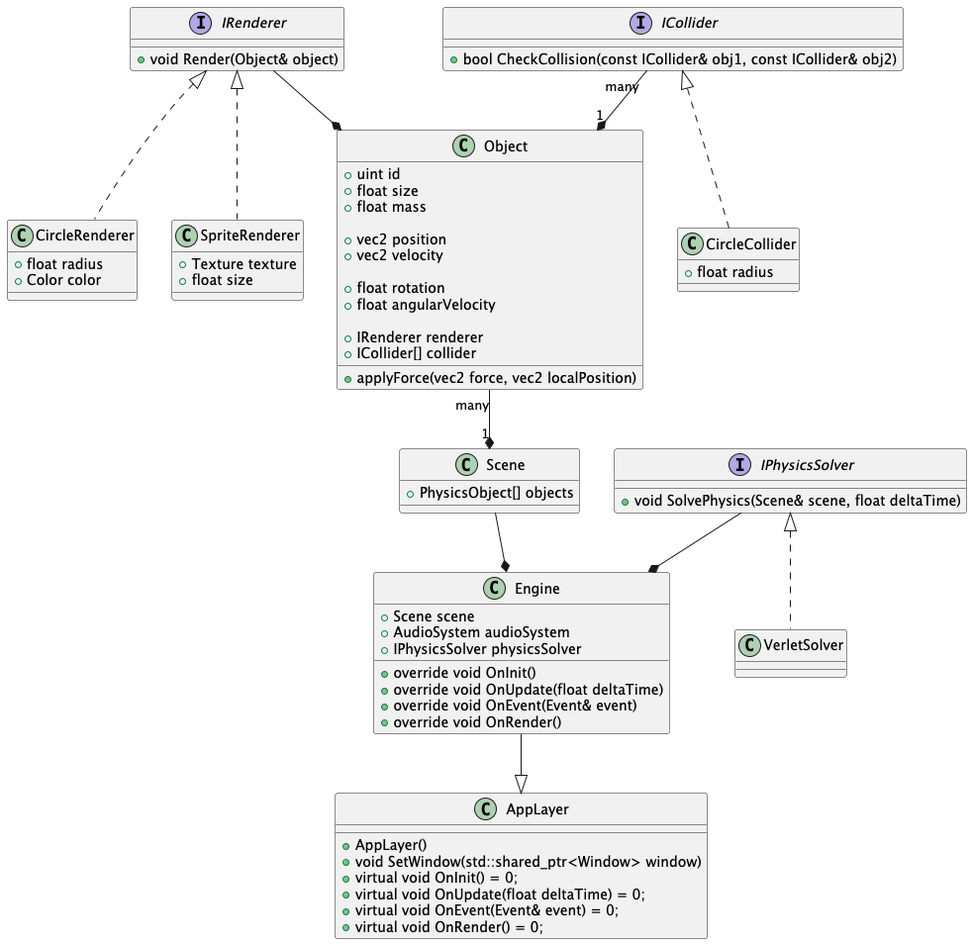
The PlantUML diagram docs/uml.png in grav-byte/GravSim, before a commit.
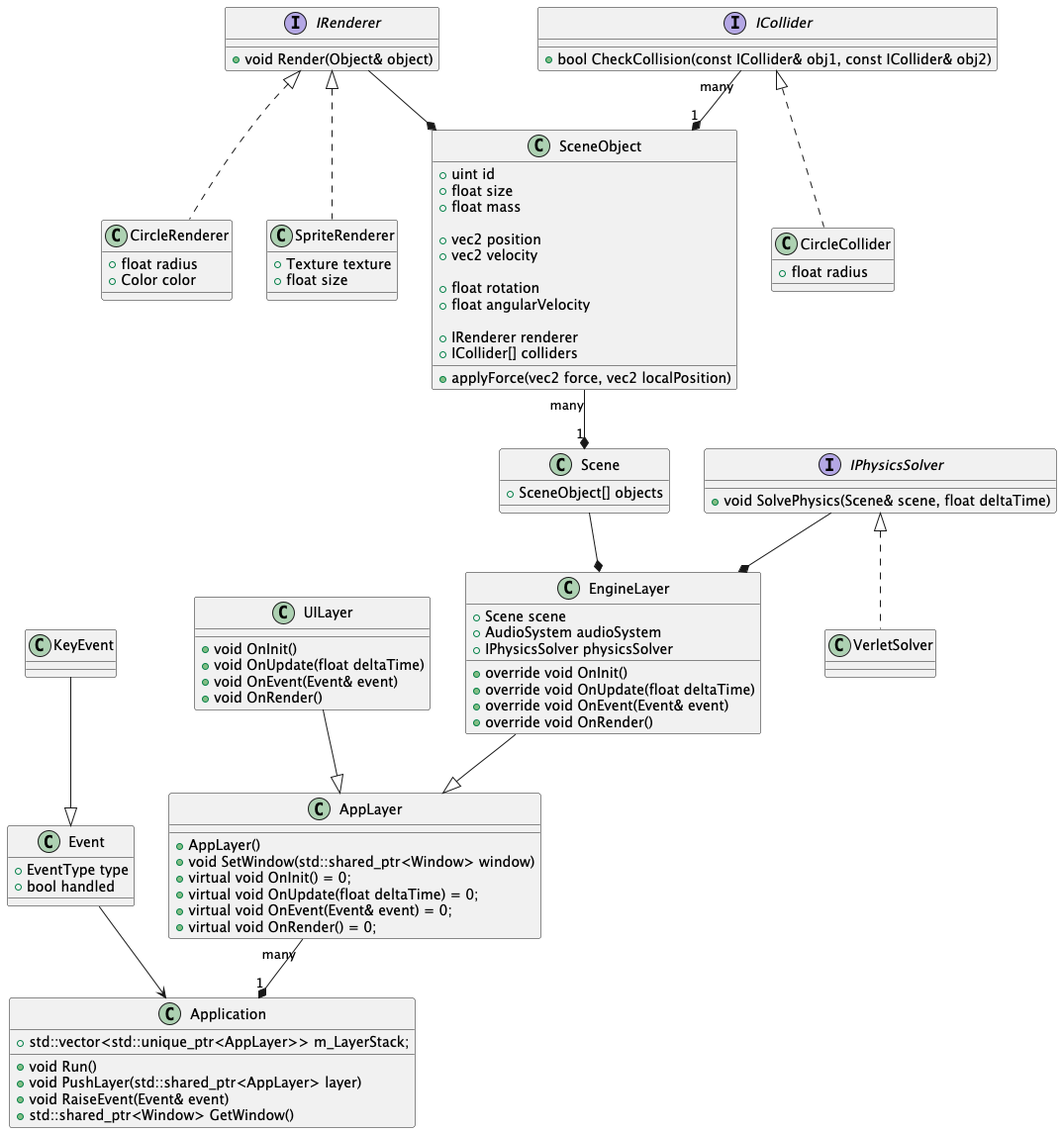
Above is the later version.

Commit message:
+ updated uml and added some rocket sprites

What changed in the source:
```diff
@@ -1,6 +1,6 @@
 @startuml
 
-class Engine {
+class EngineLayer {
     +Scene scene
     +AudioSystem audioSystem
     +IPhysicsSolver physicsSolver
@@ -18,17 +18,17 @@
 IPhysicsSolver <|.. VerletSolver
 
 class Scene {
-  +PhysicsObject[] objects
+  +SceneObject[] objects
 }
 
-Scene --* Engine
-Object "many" --* "1" Scene
-IRenderer --* Object
-ICollider "many" --* "1" Object
-Engine --|> AppLayer
-IPhysicsSolver --* Engine
+Scene --* EngineLayer
+SceneObject "many" --* "1" Scene
+IRenderer --* SceneObject
+ICollider "many" --* "1" SceneObject
+EngineLayer --|> AppLayer
+IPhysicsSolver --* EngineLayer
 
-class Object {
+class SceneObject {
     +uint id
     +float size
     +float mass
@@ -40,7 +40,7 @@
     +float angularVelocity
 
     +IRenderer renderer
-    +ICollider[] collider
+    +ICollider[] colliders
 
     +applyForce(vec2 force, vec2 localPosition)
 }
@@ -76,4 +76,32 @@
 IRenderer <|.. CircleRenderer
 IRenderer <|.. SpriteRenderer
 
+class UILayer {
+    +void OnInit()
+    +void OnUpdate(float deltaTime)
+    +void OnEvent(Event& event)
+    +void OnRender()
+}
+
+UILayer --|> AppLayer
+
+class Application {
+    +std::vector<std::unique_ptr<AppLayer>> m_LayerStack;
+    +void Run()
+    +void PushLayer(std::shared_ptr<AppLayer> layer)
+    +void RaiseEvent(Event& event)
+    +std::shared_ptr<Window> GetWindow()
+}
+
+AppLayer "many" --* "1" Application
+
+Event --> Application
+
+KeyEvent --|> Event
+
+class Event {
++EventType type
++bool handled
+}
+
 @enduml
```
